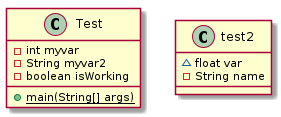
Above: docs/uml/test2.png in andrewdimmer/csi-3370-software-project-config-test (PlantUML), before the change.
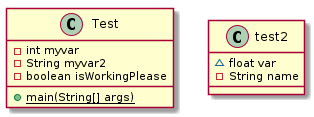
After the commit.

The edit, as a diff of the source:
```diff
@@ -4,7 +4,7 @@
 class Test {
     - int myvar
     - String myvar2
-    - boolean isWorking
+    - boolean isWorkingPlease
     {static} + main(String[] args)
 }
 
```
